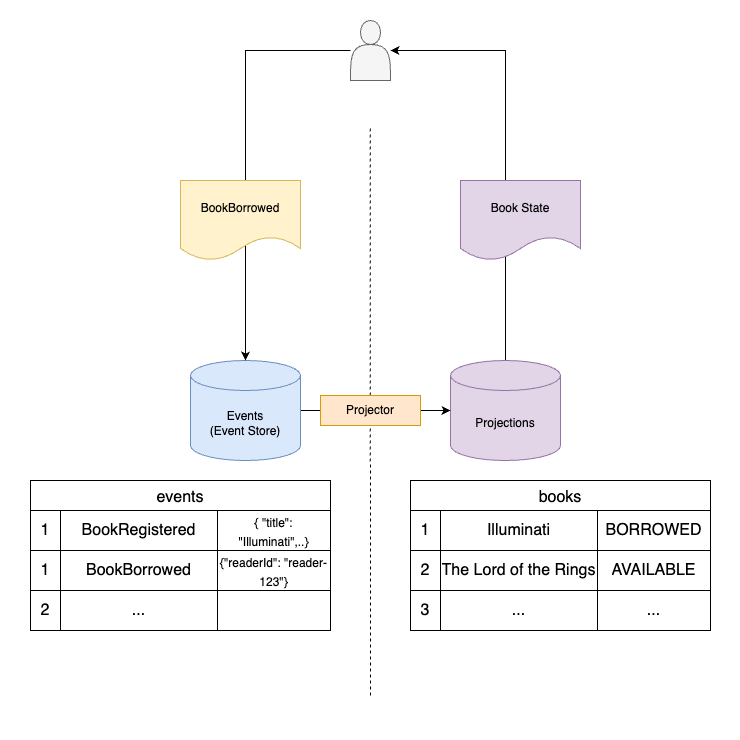
Before: doc/png/projection.png, a diagram exported from draw.io (byteleaf/es-cqrs-sample). Source tidied: cells renumbered, new cells last; positions are measured from the earlier drawing's top-left corner, leaving out a move shared by most shapes.
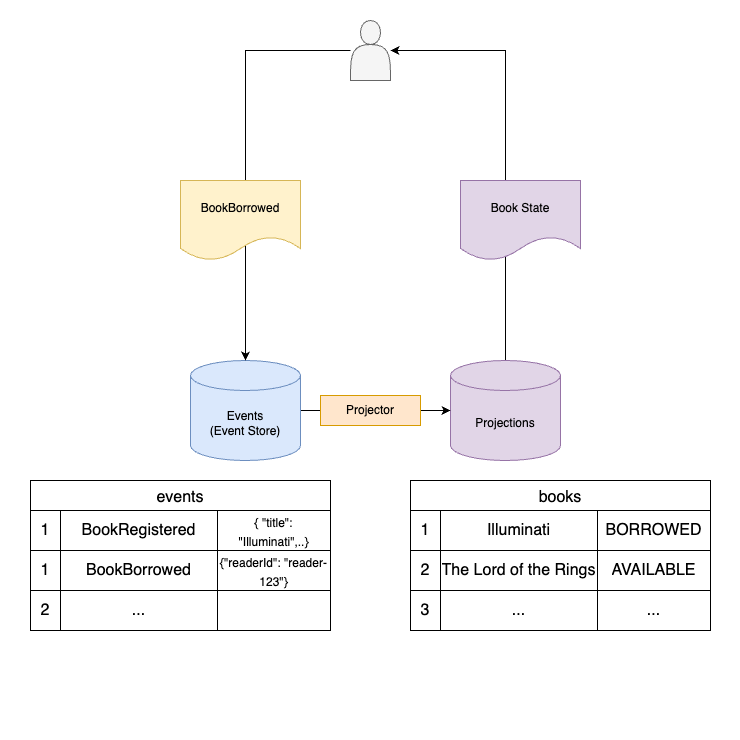
The same file after the commit.

The edit, as a diff of the source:
```diff
@@ -112,12 +112,6 @@
     <mxCell id="36" style="shape=partialRectangle;html=1;whiteSpace=wrap;strokeColor=inherit;overflow=hidden;fillColor=none;top=0;left=0;bottom=0;right=0;fontSize=16;" parent="33" vertex="1">
       <mxGeometry x="187" width="113" height="40" as="geometry" />
     </mxCell>
-    <mxCell id="37" style="endArrow=none;dashed=1;html=1;rounded=0;exitX=0.473;exitY=0.946;exitDx=0;exitDy=0;exitPerimeter=0;" parent="1" edge="1">
-      <mxGeometry relative="1" as="geometry">
-        <mxPoint x="370" y="695" as="sourcePoint" />
-        <mxPoint x="369.7" y="125" as="targetPoint" />
-      </mxGeometry>
-    </mxCell>
     <mxCell id="38" value="Projector" style="rounded=0;whiteSpace=wrap;html=1;fillColor=#ffe6cc;strokeColor=#d79b00;" parent="1" vertex="1">
       <mxGeometry x="320" y="395" width="100" height="30" as="geometry" />
     </mxCell>
```
